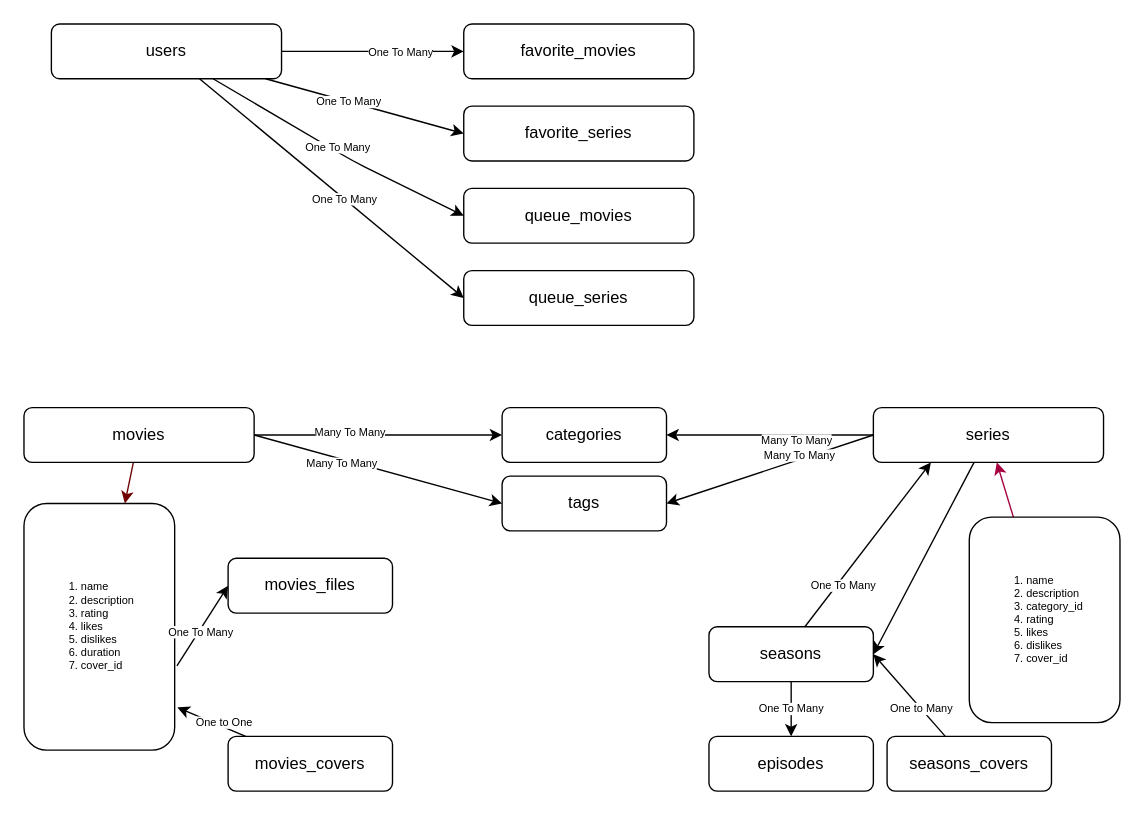
Above: arch/main.drawio in Gruce/movies_project (draw.io), before the change. Source tidied: cells renumbered, new cells numbered last; positions are measured from the earlier drawing's top-left corner, leaving out a move shared by most shapes. Both pictures are drawn from the tidied source at 137%, with x=0, y=0 at pixel (23, 23).
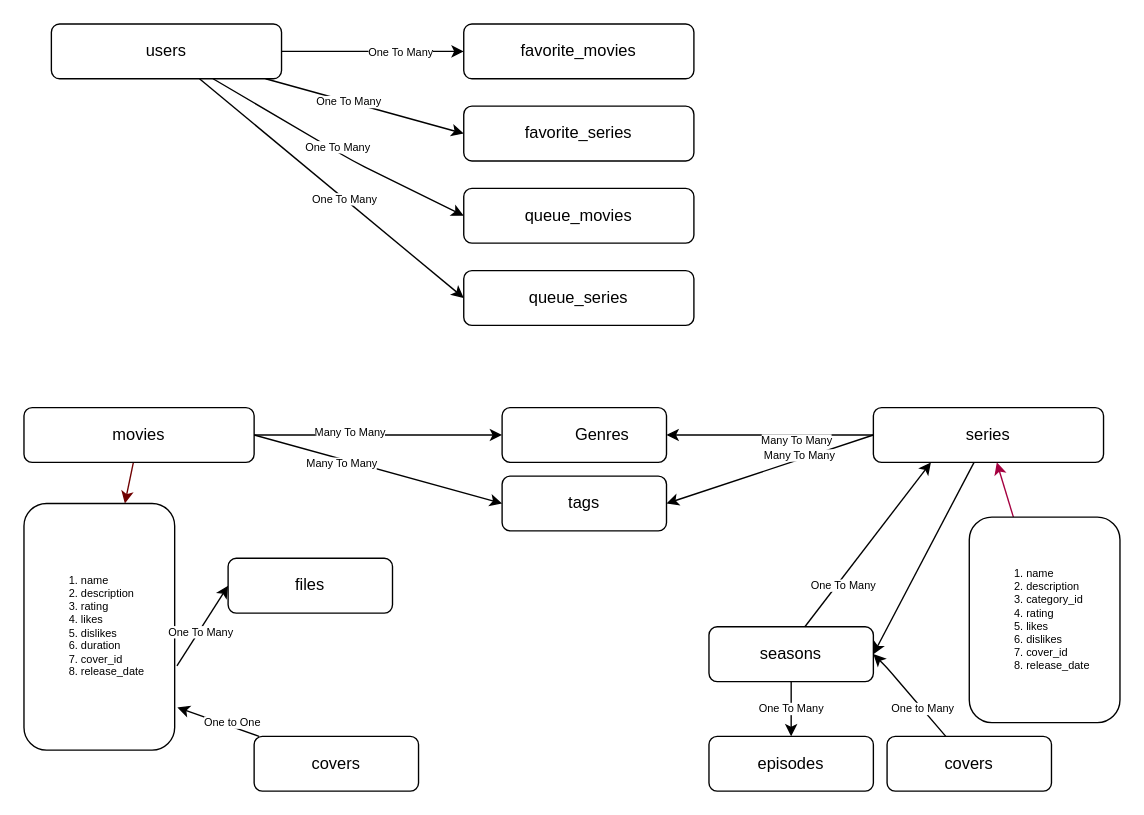
After the change.

Unchanged cells that the change refers to:
```xml
<mxCell id="26" value="seasons" style="rounded=1;whiteSpace=wrap;html=1;" parent="1" vertex="1">
  <mxGeometry x="500" y="440" width="120" height="40" as="geometry" />
</mxCell>
```

Diff of the diagram source:
```diff
@@
-    <mxCell id="4" value="&lt;ol style=&quot;font-size: 8px&quot;&gt;&lt;li&gt;name&lt;/li&gt;&lt;li&gt;description&lt;/li&gt;&lt;li&gt;&lt;span&gt;rating&lt;/span&gt;&lt;/li&gt;&lt;li&gt;likes&lt;/li&gt;&lt;li&gt;dislikes&lt;/li&gt;&lt;li&gt;duration&lt;/li&gt;&lt;li&gt;cover_id&lt;/li&gt;&lt;/ol&gt;" style="rounded=1;whiteSpace=wrap;html=1;align=left;" parent="1" vertex="1">
+    <mxCell id="4" value="&lt;ol style=&quot;font-size: 8px&quot;&gt;&lt;li&gt;name&lt;/li&gt;&lt;li&gt;description&lt;/li&gt;&lt;li&gt;&lt;span&gt;rating&lt;/span&gt;&lt;/li&gt;&lt;li&gt;likes&lt;/li&gt;&lt;li&gt;dislikes&lt;/li&gt;&lt;li&gt;duration&lt;/li&gt;&lt;li&gt;cover_id&lt;/li&gt;&lt;li&gt;release_date&lt;/li&gt;&lt;/ol&gt;" style="rounded=1;whiteSpace=wrap;html=1;align=left;" parent="1" vertex="1">
       <mxGeometry y="350" width="110" height="180" as="geometry" />
     </mxCell>
-    <mxCell id="5" value="categories" style="rounded=1;whiteSpace=wrap;html=1;" parent="1" vertex="1">
+    <mxCell id="5" value="&lt;span style=&quot;white-space: pre&quot;&gt;&#9;&lt;/span&gt;Genres" style="rounded=1;whiteSpace=wrap;html=1;gradientColor=none;" parent="1" vertex="1">
       <mxGeometry x="349" y="280" width="120" height="40" as="geometry" />
     </mxCell>
@@
-    <mxCell id="7" value="movies_files" style="rounded=1;whiteSpace=wrap;html=1;" parent="1" vertex="1">
+    <mxCell id="7" value="files" style="rounded=1;whiteSpace=wrap;html=1;" parent="1" vertex="1">
       <mxGeometry x="149" y="390" width="120" height="40" as="geometry" />
     </mxCell>
@@
-    <mxCell id="10" value="movies_covers" style="rounded=1;whiteSpace=wrap;html=1;" parent="1" vertex="1">
-      <mxGeometry x="149" y="520" width="120" height="40" as="geometry" />
+    <mxCell id="10" value="covers" style="rounded=1;whiteSpace=wrap;html=1;" parent="1" vertex="1">
+      <mxGeometry x="168" y="520" width="120" height="40" as="geometry" />
     </mxCell>
@@
-    <mxCell id="20" value="&lt;ol style=&quot;font-size: 8px&quot;&gt;&lt;li&gt;name&lt;/li&gt;&lt;li&gt;description&lt;/li&gt;&lt;li&gt;category_id&lt;/li&gt;&lt;li&gt;rating&lt;/li&gt;&lt;li&gt;&lt;span&gt;likes&lt;/span&gt;&lt;br&gt;&lt;/li&gt;&lt;li&gt;dislikes&lt;/li&gt;&lt;li&gt;&lt;span&gt;cover_id&lt;/span&gt;&lt;br&gt;&lt;/li&gt;&lt;/ol&gt;" style="rounded=1;whiteSpace=wrap;html=1;align=left;" parent="1" vertex="1">
+    <mxCell id="20" value="&lt;ol style=&quot;font-size: 8px&quot;&gt;&lt;li&gt;name&lt;/li&gt;&lt;li&gt;description&lt;/li&gt;&lt;li&gt;category_id&lt;/li&gt;&lt;li&gt;rating&lt;/li&gt;&lt;li&gt;&lt;span&gt;likes&lt;/span&gt;&lt;br&gt;&lt;/li&gt;&lt;li&gt;dislikes&lt;/li&gt;&lt;li&gt;&lt;span&gt;cover_id&lt;/span&gt;&lt;br&gt;&lt;/li&gt;&lt;li&gt;&lt;span&gt;release_date&lt;/span&gt;&lt;/li&gt;&lt;/ol&gt;" style="rounded=1;whiteSpace=wrap;html=1;align=left;" parent="1" vertex="1">
       <mxGeometry x="690" y="360" width="110" height="150" as="geometry" />
     </mxCell>
@@
     <mxCell id="28" style="edgeStyle=none;html=1;entryX=1;entryY=0.5;entryDx=0;entryDy=0;fontSize=8;" parent="1" edge="1" source="30" target="26">
-      <mxGeometry relative="1" as="geometry" />
+      <mxGeometry relative="1" as="geometry">
+        <Array as="points">
+          <mxPoint x="630" y="470" />
+        </Array>
+      </mxGeometry>
     </mxCell>
@@
-    <mxCell id="30" value="seasons_covers" style="rounded=1;whiteSpace=wrap;html=1;" parent="1" vertex="1">
+    <mxCell id="30" value="covers" style="rounded=1;whiteSpace=wrap;html=1;" parent="1" vertex="1">
       <mxGeometry x="630" y="520" width="120" height="40" as="geometry" />
     </mxCell>
```
